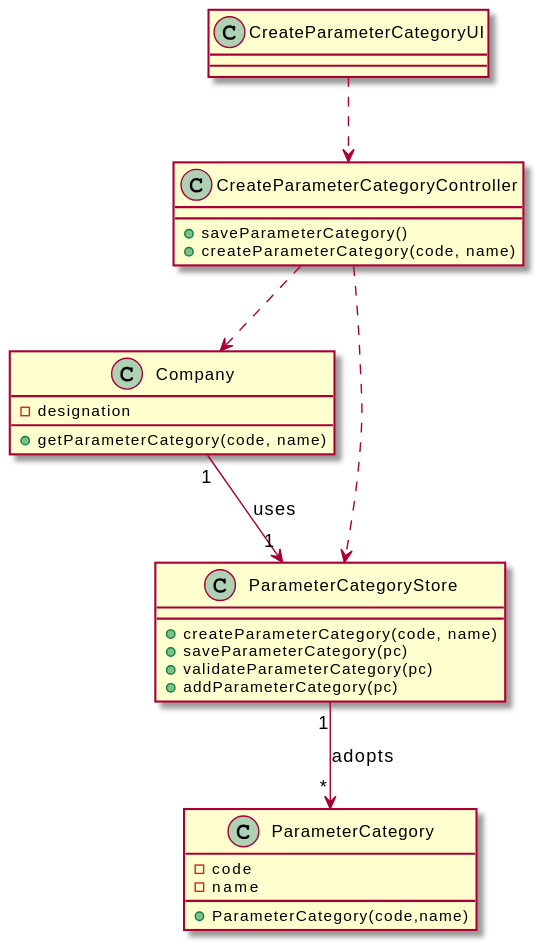
Above: docs/SprintB/US11/US011_CD.svg in MarianaCLages/LAPR2 (PlantUML), before the change. The source it was exported from:
```plantuml
@startuml

class CreateParameterCategoryUI{
}
class CreateParameterCategoryController{
+saveParameterCategory()
+createParameterCategory(code, name)
}
class Company{
-designation
+getParameterCategory(code, name)
}
class ParameterCategoryStore{
+createParameterCategory(code, name)
+saveParameterCategory(pc)
+validateParameterCategory(pc)
+addParameterCategory(pc)
}

class ParameterCategory{
-code
-name
+ParameterCategory(code,name)
}
CreateParameterCategoryUI ..> CreateParameterCategoryController
CreateParameterCategoryController ..> Company
CreateParameterCategoryController ..> ParameterCategoryStore
Company "1" --> "1" ParameterCategoryStore : uses
ParameterCategoryStore "1" --> "*" ParameterCategory : adopts
@enduml
```
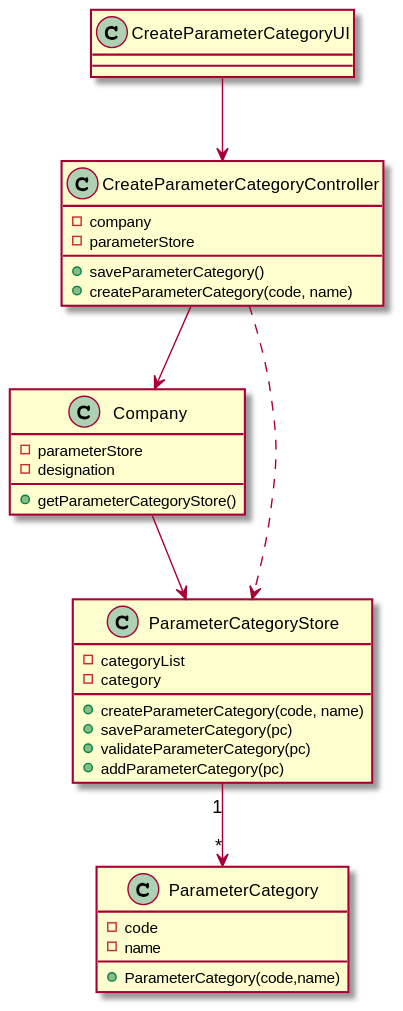
The same diagram one commit later.

What changed in the source:
```diff
@@ -3,14 +3,19 @@
 class CreateParameterCategoryUI{
 }
 class CreateParameterCategoryController{
+-company
+- parameterStore
 +saveParameterCategory()
 +createParameterCategory(code, name)
 }
 class Company{
+-parameterStore
 -designation
-+getParameterCategory(code, name)
++getParameterCategoryStore()
 }
 class ParameterCategoryStore{
+-categoryList
+-category
 +createParameterCategory(code, name)
 +saveParameterCategory(pc)
 +validateParameterCategory(pc)
@@ -22,9 +27,10 @@
 -name
 +ParameterCategory(code,name)
 }
-CreateParameterCategoryUI ..> CreateParameterCategoryController
-CreateParameterCategoryController ..> Company
+CreateParameterCategoryUI --> CreateParameterCategoryController
+CreateParameterCategoryController --> Company
 CreateParameterCategoryController ..> ParameterCategoryStore
-Company "1" --> "1" ParameterCategoryStore : uses
-ParameterCategoryStore "1" --> "*" ParameterCategory : adopts
+Company -->  ParameterCategoryStore
+ParameterCategoryStore "1" --> "*" ParameterCategory
+
 @enduml
```
